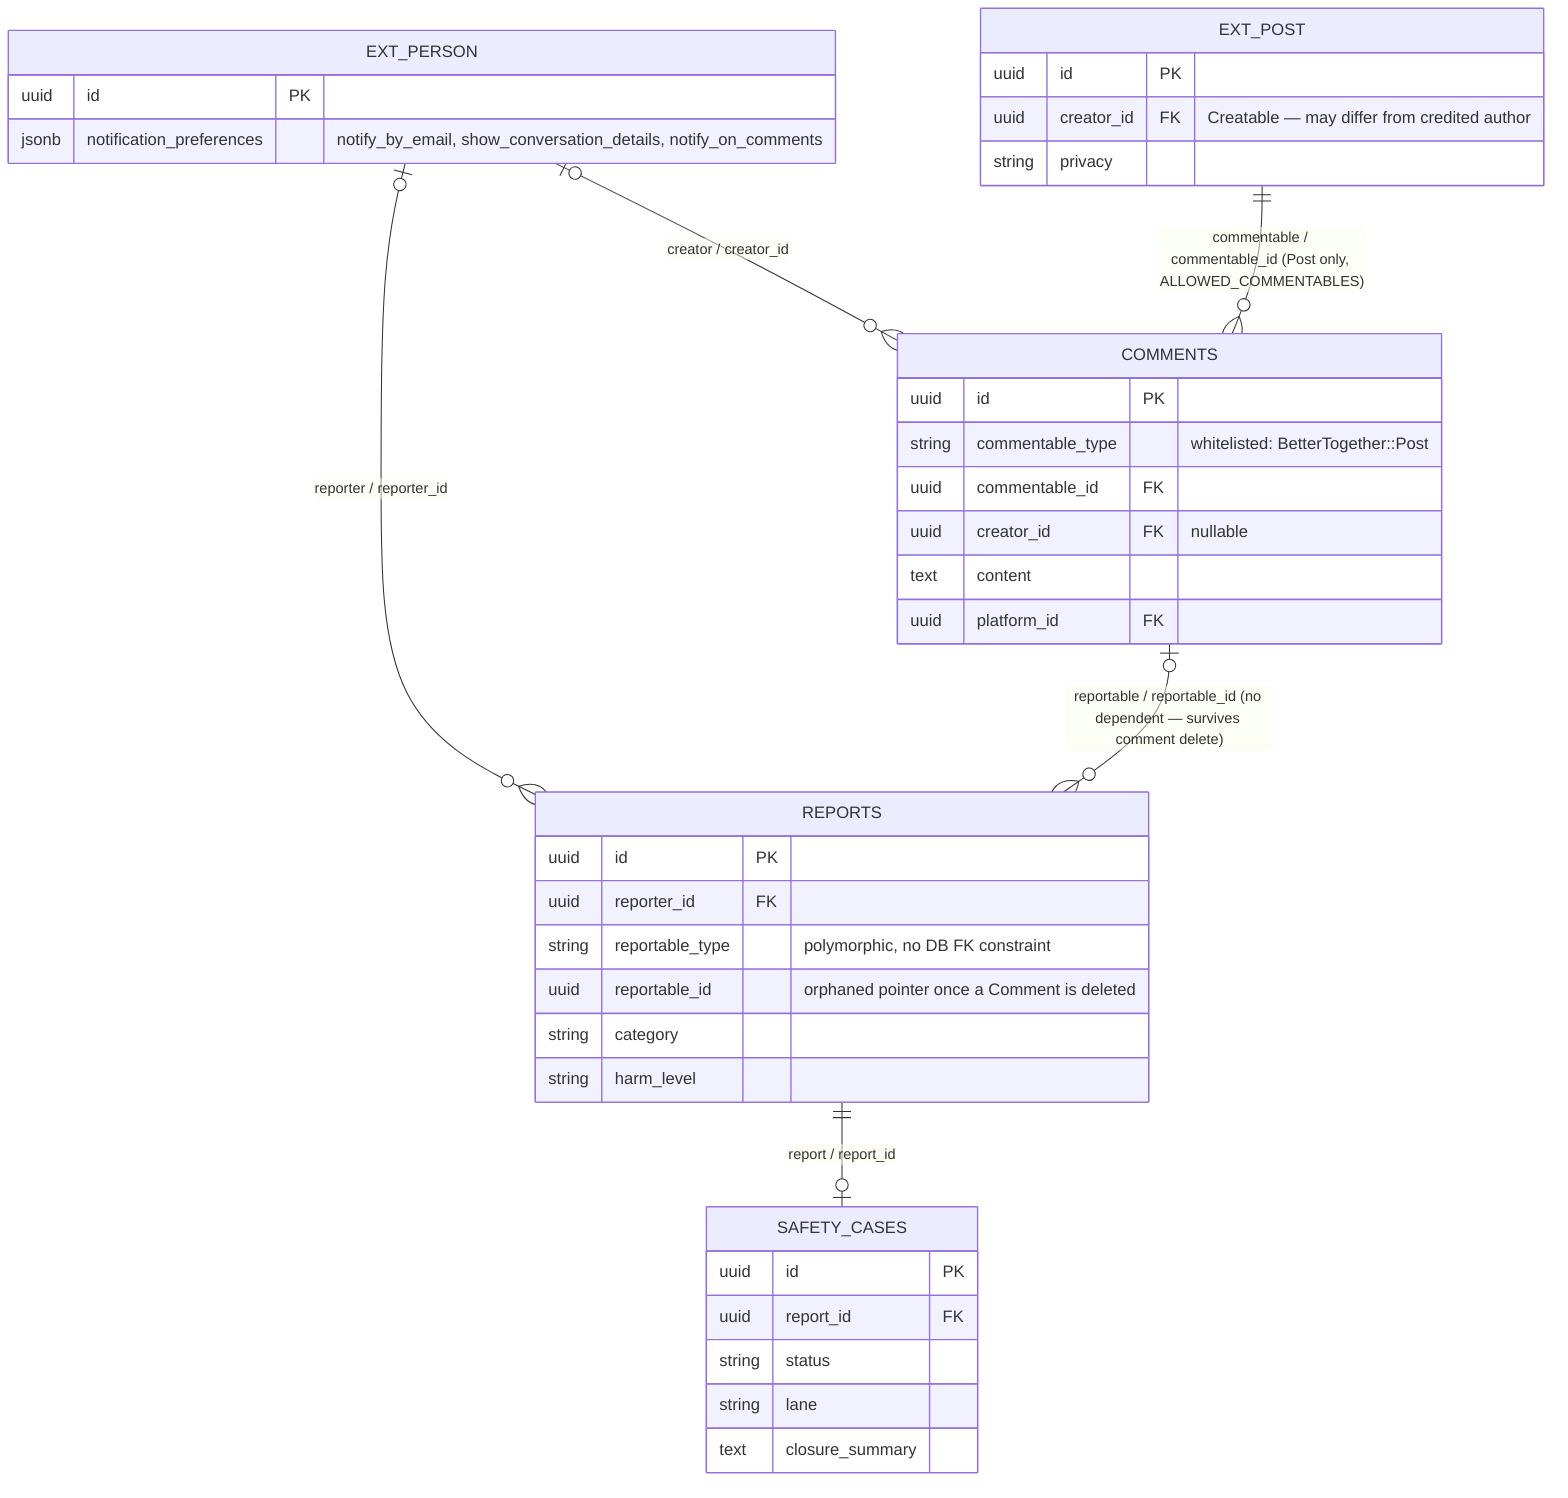
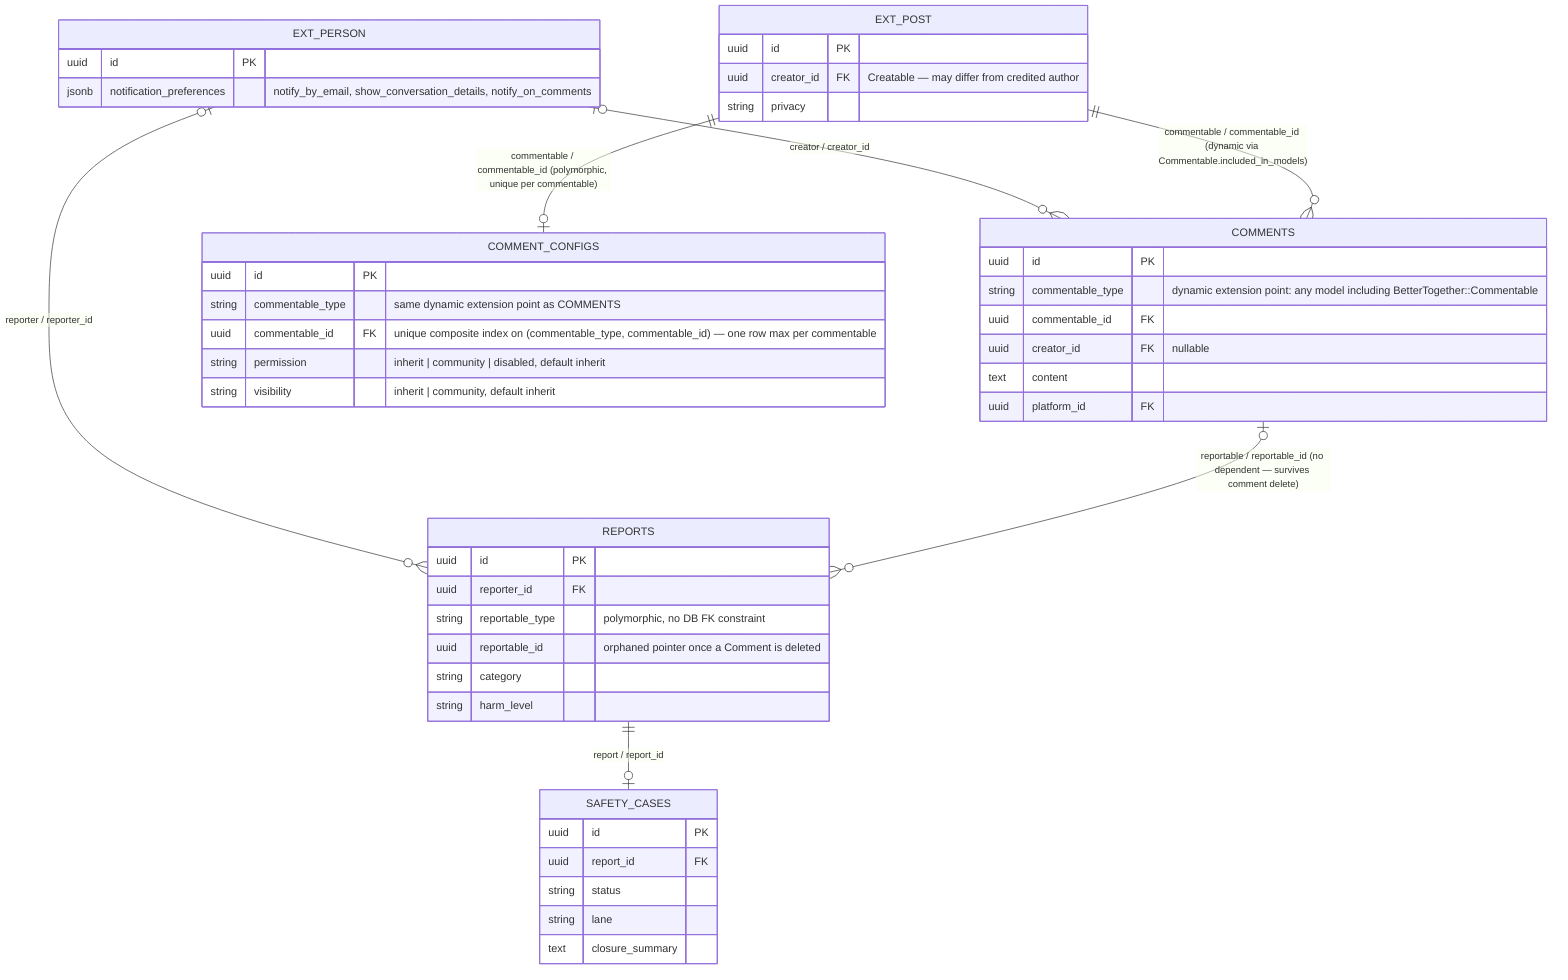
- %% PR #1651 — MVP comment system + remediation. Entity/schema view.
+ %% PR #1651 — MVP comment system + CommentConfig permission/visibility controls. Entity/schema view.
erDiagram
  EXT_PERSON o|--o{ COMMENTS : "creator / creator_id"
-   EXT_POST ||--o{ COMMENTS : "commentable / commentable_id (Post only, ALLOWED_COMMENTABLES)"
+   EXT_POST ||--o{ COMMENTS : "commentable / commentable_id (dynamic via Commentable.included_in_models)"
+   EXT_POST ||--o| COMMENT_CONFIGS : "commentable / commentable_id (polymorphic, unique per commentable)"
  EXT_PERSON o|--o{ REPORTS : "reporter / reporter_id"
  COMMENTS o|--o{ REPORTS : "reportable / reportable_id (no dependent — survives comment delete)"
  REPORTS ||--o| SAFETY_CASES : "report / report_id"

  COMMENTS {
    uuid id PK
-     string commentable_type "whitelisted: BetterTogether::Post"
+     string commentable_type "dynamic extension point: any model including BetterTogether::Commentable"
    uuid commentable_id FK
    uuid creator_id FK "nullable"
    text content
    uuid platform_id FK
  }
+ 
+   COMMENT_CONFIGS {
+     uuid id PK
+     string commentable_type "same dynamic extension point as COMMENTS"
+     uuid commentable_id FK "unique composite index on (commentable_type, commentable_id) — one row max per commentable"
+     string permission "inherit | community | disabled, default inherit"
+     string visibility "inherit | community, default inherit"
+   }
+ 
+   %% No row required for default behavior: Commentable#comment_permission/#comment_visibility
+   %% fall back to 'inherit' when no COMMENT_CONFIGS row exists yet — no backfill migration needed.

  EXT_PERSON {
    uuid id PK
    jsonb notification_preferences "notify_by_email, show_conversation_details, notify_on_comments"
  }

  EXT_POST {
    uuid id PK
    uuid creator_id FK "Creatable — may differ from credited author"
    string privacy
  }

  REPORTS {
    uuid id PK
    uuid reporter_id FK
    string reportable_type "polymorphic, no DB FK constraint"
    uuid reportable_id "orphaned pointer once a Comment is deleted"
    string category
    string harm_level
  }

  SAFETY_CASES {
    uuid id PK
    uuid report_id FK
    string status
    string lane
    text closure_summary
  }
